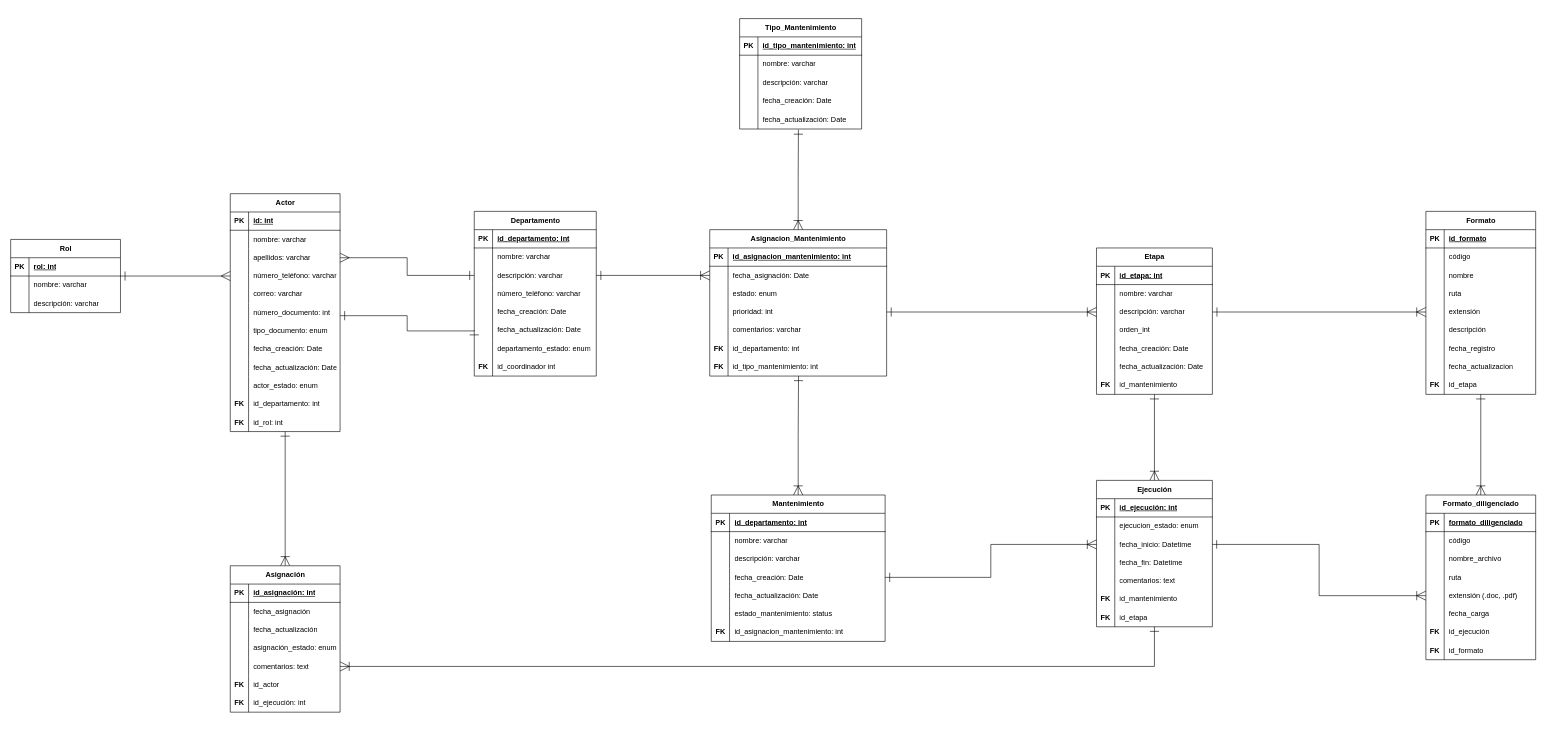
Before: Relational model.drawio in DevKike/maintenance_management_system, a draw.io diagram. Source tidied: cells renumbered, new cells numbered last; positions are measured from the earlier drawing's top-left corner, leaving out a move shared by most shapes. Both pictures are drawn from the tidied source at 61%, with x=0, y=0 at pixel (10, 18).
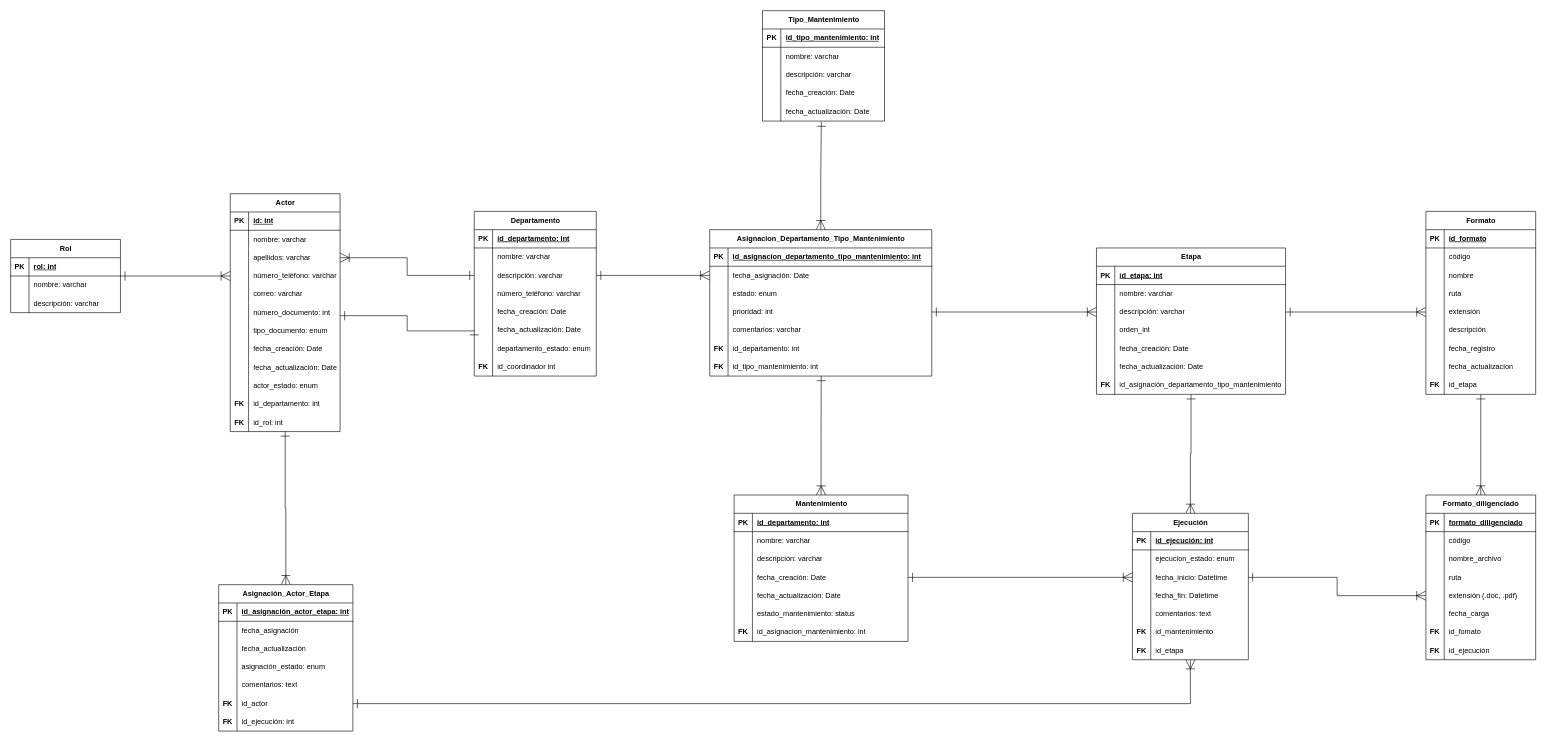
After the change.

The change refers to these unchanged cells:
```xml
<mxCell id="71" style="shape=tableRow;horizontal=0;startSize=0;swimlaneHead=0;swimlaneBody=0;fillColor=none;points=[[0,0.5],[1,0.5]];portConstraint=eastwest;top=0;left=0;right=0;bottom=0;" parent="64" vertex="1">
  <mxGeometry y="90" width="200" height="30" as="geometry" />
</mxCell>
<mxCell id="97" style="shape=tableRow;horizontal=0;startSize=0;swimlaneHead=0;swimlaneBody=0;fillColor=none;points=[[0,0.5],[1,0.5]];portConstraint=eastwest;top=0;left=0;right=0;bottom=0;" parent="90" vertex="1">
  <mxGeometry y="90" width="180" height="30" as="geometry" />
</mxCell>
<mxCell id="100" style="shape=tableRow;horizontal=0;startSize=0;swimlaneHead=0;swimlaneBody=0;fillColor=none;points=[[0,0.5],[1,0.5]];portConstraint=eastwest;top=0;left=0;right=0;bottom=0;" parent="90" vertex="1">
  <mxGeometry y="120" width="180" height="30" as="geometry" />
</mxCell>
<mxCell id="187" style="shape=tableRow;horizontal=0;startSize=0;swimlaneHead=0;swimlaneBody=0;fillColor=none;points=[[0,0.5],[1,0.5]];portConstraint=eastwest;top=0;left=0;right=0;bottom=0;" parent="183" vertex="1">
  <mxGeometry y="60" width="180" height="30" as="geometry" />
</mxCell>
<mxCell id="214" style="shape=tableRow;horizontal=0;startSize=0;swimlaneHead=0;swimlaneBody=0;fillColor=none;top=0;left=0;right=0;bottom=0;" parent="195" vertex="1">
  <mxGeometry y="210" width="180" height="30" as="geometry" />
</mxCell>
<mxCell id="217" style="shape=tableRow;horizontal=0;startSize=0;swimlaneHead=0;swimlaneBody=0;fillColor=none;top=0;left=0;right=0;bottom=0;" parent="195" vertex="1">
  <mxGeometry y="240" width="180" height="30" as="geometry" />
</mxCell>
```

What changed in the source:
```diff
@@
     <mxCell id="3" value="Tipo_Mantenimiento" style="shape=table;startSize=30;childLayout=tableLayout;rowLines=0;fontStyle=1;align=center;html=1;" parent="1" vertex="1">
-      <mxGeometry x="1195" width="200" height="181" as="geometry" />
+      <mxGeometry x="1232.5" y="-13" width="200" height="181" as="geometry" />
     </mxCell>
@@
     <mxCell id="19" value="Mantenimiento" style="shape=table;startSize=30;childLayout=tableLayout;rowLines=0;fontStyle=1;align=center;html=1;" parent="1" vertex="1">
-      <mxGeometry x="1148.5" y="781" width="285" height="240" as="geometry" />
+      <mxGeometry x="1186" y="781" width="285" height="240" as="geometry" />
     </mxCell>
@@
     <mxCell id="42" value="Etapa" style="shape=table;startSize=30;childLayout=tableLayout;rowLines=0;fontStyle=1;align=center;html=1;" parent="1" vertex="1">
-      <mxGeometry x="1780" y="376" width="190" height="240" as="geometry" />
+      <mxGeometry x="1780" y="376" width="310" height="240" as="geometry" />
     </mxCell>
     <mxCell id="43" style="shape=tableRow;horizontal=0;startSize=0;swimlaneHead=0;swimlaneBody=0;fillColor=none;top=0;left=0;right=0;bottom=1;" parent="42" vertex="1">
-      <mxGeometry y="30" width="190" height="30" as="geometry" />
+      <mxGeometry y="30" width="310" height="30" as="geometry" />
     </mxCell>
@@
     <mxCell id="45" value="id_etapa: int" style="shape=partialRectangle;fillColor=none;top=0;left=0;bottom=0;right=0;align=left;spacingLeft=6;fontStyle=5;overflow=hidden;whiteSpace=wrap;html=1;" parent="43" vertex="1">
-      <mxGeometry x="30" width="160" height="30" as="geometry" />
+      <mxGeometry x="30" width="280" height="30" as="geometry" />
     </mxCell>
     <mxCell id="46" style="shape=tableRow;horizontal=0;startSize=0;swimlaneHead=0;swimlaneBody=0;fillColor=none;top=0;left=0;right=0;bottom=0;" parent="42" vertex="1">
-      <mxGeometry y="60" width="190" height="30" as="geometry" />
+      <mxGeometry y="60" width="310" height="30" as="geometry" />
     </mxCell>
@@
     <mxCell id="48" value="nombre: varchar" style="shape=partialRectangle;fillColor=none;top=0;left=0;bottom=0;right=0;align=left;spacingLeft=6;overflow=hidden;whiteSpace=wrap;html=1;" parent="46" vertex="1">
-      <mxGeometry x="30" width="160" height="30" as="geometry" />
+      <mxGeometry x="30" width="280" height="30" as="geometry" />
     </mxCell>
     <mxCell id="49" style="shape=tableRow;horizontal=0;startSize=0;swimlaneHead=0;swimlaneBody=0;fillColor=none;points=[[0,0.5],[1,0.5]];portConstraint=eastwest;top=0;left=0;right=0;bottom=0;" parent="42" vertex="1">
-      <mxGeometry y="90" width="190" height="30" as="geometry" />
+      <mxGeometry y="90" width="310" height="30" as="geometry" />
     </mxCell>
@@
     <mxCell id="51" value="descripción: varchar" style="shape=partialRectangle;fillColor=none;top=0;left=0;bottom=0;right=0;align=left;spacingLeft=6;overflow=hidden;whiteSpace=wrap;html=1;" parent="49" vertex="1">
-      <mxGeometry x="30" width="160" height="30" as="geometry" />
+      <mxGeometry x="30" width="280" height="30" as="geometry" />
     </mxCell>
     <mxCell id="52" style="shape=tableRow;horizontal=0;startSize=0;swimlaneHead=0;swimlaneBody=0;fillColor=none;top=0;left=0;right=0;bottom=0;" parent="42" vertex="1">
-      <mxGeometry y="120" width="190" height="30" as="geometry" />
+      <mxGeometry y="120" width="310" height="30" as="geometry" />
     </mxCell>
@@
     <mxCell id="54" value="orden_int" style="shape=partialRectangle;fillColor=none;top=0;left=0;bottom=0;right=0;align=left;spacingLeft=6;overflow=hidden;whiteSpace=wrap;html=1;" parent="52" vertex="1">
-      <mxGeometry x="30" width="160" height="30" as="geometry" />
+      <mxGeometry x="30" width="280" height="30" as="geometry" />
     </mxCell>
     <mxCell id="55" style="shape=tableRow;horizontal=0;startSize=0;swimlaneHead=0;swimlaneBody=0;fillColor=none;top=0;left=0;right=0;bottom=0;" parent="42" vertex="1">
-      <mxGeometry y="150" width="190" height="30" as="geometry" />
+      <mxGeometry y="150" width="310" height="30" as="geometry" />
     </mxCell>
@@
     <mxCell id="57" value="fecha_creación: Date" style="shape=partialRectangle;fillColor=none;top=0;left=0;bottom=0;right=0;align=left;spacingLeft=6;overflow=hidden;whiteSpace=wrap;html=1;" parent="55" vertex="1">
-      <mxGeometry x="30" width="160" height="30" as="geometry" />
+      <mxGeometry x="30" width="280" height="30" as="geometry" />
     </mxCell>
     <mxCell id="58" style="shape=tableRow;horizontal=0;startSize=0;swimlaneHead=0;swimlaneBody=0;fillColor=none;top=0;left=0;right=0;bottom=0;" parent="42" vertex="1">
-      <mxGeometry y="180" width="190" height="30" as="geometry" />
+      <mxGeometry y="180" width="310" height="30" as="geometry" />
     </mxCell>
@@
     <mxCell id="60" value="fecha_actualización: Date" style="shape=partialRectangle;fillColor=none;top=0;left=0;bottom=0;right=0;align=left;spacingLeft=6;overflow=hidden;whiteSpace=wrap;html=1;" parent="58" vertex="1">
-      <mxGeometry x="30" width="160" height="30" as="geometry" />
+      <mxGeometry x="30" width="280" height="30" as="geometry" />
     </mxCell>
     <mxCell id="61" style="shape=tableRow;horizontal=0;startSize=0;swimlaneHead=0;swimlaneBody=0;fillColor=none;top=0;left=0;right=0;bottom=0;" parent="42" vertex="1">
-      <mxGeometry y="210" width="190" height="30" as="geometry" />
+      <mxGeometry y="210" width="310" height="30" as="geometry" />
     </mxCell>
@@
-    <mxCell id="63" value="id_mantenimiento" style="shape=partialRectangle;fillColor=none;top=0;left=0;bottom=0;right=0;align=left;spacingLeft=6;overflow=hidden;whiteSpace=wrap;html=1;" parent="61" vertex="1">
-      <mxGeometry x="30" width="160" height="30" as="geometry" />
+    <mxCell id="63" value="id_asignación_departamento_tipo_mantenimiento" style="shape=partialRectangle;fillColor=none;top=0;left=0;bottom=0;right=0;align=left;spacingLeft=6;overflow=hidden;whiteSpace=wrap;html=1;" parent="61" vertex="1">
+      <mxGeometry x="30" width="280" height="30" as="geometry" />
     </mxCell>
@@
-    <mxCell id="156" value="Asignación" style="shape=table;startSize=30;childLayout=tableLayout;rowLines=0;fontStyle=1;align=center;html=1;" parent="1" vertex="1">
-      <mxGeometry x="360" y="897" width="180" height="240" as="geometry" />
+    <mxCell id="156" value="Asignación_Actor_Etapa" style="shape=table;startSize=30;childLayout=tableLayout;rowLines=0;fontStyle=1;align=center;html=1;" parent="1" vertex="1">
+      <mxGeometry x="341" y="928" width="220" height="240" as="geometry" />
     </mxCell>
     <mxCell id="157" style="shape=tableRow;horizontal=0;startSize=0;swimlaneHead=0;swimlaneBody=0;fillColor=none;top=0;left=0;right=0;bottom=1;" parent="156" vertex="1">
-      <mxGeometry y="30" width="180" height="30" as="geometry" />
+      <mxGeometry y="30" width="220" height="30" as="geometry" />
     </mxCell>
@@
-    <mxCell id="159" value="id_asignación: int" style="shape=partialRectangle;fillColor=none;top=0;left=0;bottom=0;right=0;align=left;spacingLeft=6;fontStyle=5;overflow=hidden;whiteSpace=wrap;html=1;" parent="157" vertex="1">
-      <mxGeometry x="30" width="150" height="30" as="geometry" />
+    <mxCell id="159" value="id_asignación_actor_etapa: int" style="shape=partialRectangle;fillColor=none;top=0;left=0;bottom=0;right=0;align=left;spacingLeft=6;fontStyle=5;overflow=hidden;whiteSpace=wrap;html=1;" parent="157" vertex="1">
+      <mxGeometry x="30" width="190" height="30" as="geometry" />
     </mxCell>
     <mxCell id="160" style="shape=tableRow;horizontal=0;startSize=0;swimlaneHead=0;swimlaneBody=0;fillColor=none;top=0;left=0;right=0;bottom=0;" parent="156" vertex="1">
-      <mxGeometry y="60" width="180" height="30" as="geometry" />
+      <mxGeometry y="60" width="220" height="30" as="geometry" />
     </mxCell>
@@
     <mxCell id="162" value="fecha_asignación" style="shape=partialRectangle;fillColor=none;top=0;left=0;bottom=0;right=0;align=left;spacingLeft=6;overflow=hidden;whiteSpace=wrap;html=1;" parent="160" vertex="1">
-      <mxGeometry x="30" width="150" height="30" as="geometry" />
+      <mxGeometry x="30" width="190" height="30" as="geometry" />
     </mxCell>
     <mxCell id="163" style="shape=tableRow;horizontal=0;startSize=0;swimlaneHead=0;swimlaneBody=0;fillColor=none;top=0;left=0;right=0;bottom=0;" parent="156" vertex="1">
-      <mxGeometry y="90" width="180" height="30" as="geometry" />
+      <mxGeometry y="90" width="220" height="30" as="geometry" />
     </mxCell>
@@
     <mxCell id="165" value="fecha_actualización" style="shape=partialRectangle;fillColor=none;top=0;left=0;bottom=0;right=0;align=left;spacingLeft=6;overflow=hidden;whiteSpace=wrap;html=1;" parent="163" vertex="1">
-      <mxGeometry x="30" width="150" height="30" as="geometry" />
+      <mxGeometry x="30" width="190" height="30" as="geometry" />
     </mxCell>
     <mxCell id="166" style="shape=tableRow;horizontal=0;startSize=0;swimlaneHead=0;swimlaneBody=0;fillColor=none;top=0;left=0;right=0;bottom=0;" parent="156" vertex="1">
-      <mxGeometry y="120" width="180" height="30" as="geometry" />
+      <mxGeometry y="120" width="220" height="30" as="geometry" />
     </mxCell>
@@
     <mxCell id="168" value="asignación_estado: enum" style="shape=partialRectangle;fillColor=none;top=0;left=0;bottom=0;right=0;align=left;spacingLeft=6;overflow=hidden;whiteSpace=wrap;html=1;" parent="166" vertex="1">
-      <mxGeometry x="30" width="150" height="30" as="geometry" />
+      <mxGeometry x="30" width="190" height="30" as="geometry" />
     </mxCell>
     <mxCell id="169" style="shape=tableRow;horizontal=0;startSize=0;swimlaneHead=0;swimlaneBody=0;fillColor=none;points=[[0,0.5],[1,0.5]];portConstraint=eastwest;top=0;left=0;right=0;bottom=0;" parent="156" vertex="1">
-      <mxGeometry y="150" width="180" height="30" as="geometry" />
+      <mxGeometry y="150" width="220" height="30" as="geometry" />
     </mxCell>
@@
     <mxCell id="171" value="comentarios: text" style="shape=partialRectangle;fillColor=none;top=0;left=0;bottom=0;right=0;align=left;spacingLeft=6;overflow=hidden;whiteSpace=wrap;html=1;" parent="169" vertex="1">
-      <mxGeometry x="30" width="150" height="30" as="geometry" />
+      <mxGeometry x="30" width="190" height="30" as="geometry" />
     </mxCell>
     <mxCell id="172" style="shape=tableRow;horizontal=0;startSize=0;swimlaneHead=0;swimlaneBody=0;fillColor=none;points=[[0,0.5],[1,0.5]];portConstraint=eastwest;top=0;left=0;right=0;bottom=0;" parent="156" vertex="1">
-      <mxGeometry y="180" width="180" height="30" as="geometry" />
+      <mxGeometry y="180" width="220" height="30" as="geometry" />
     </mxCell>
@@
     <mxCell id="174" value="id_actor" style="shape=partialRectangle;fillColor=none;top=0;left=0;bottom=0;right=0;align=left;spacingLeft=6;overflow=hidden;whiteSpace=wrap;html=1;" parent="172" vertex="1">
-      <mxGeometry x="30" width="150" height="30" as="geometry" />
+      <mxGeometry x="30" width="190" height="30" as="geometry" />
     </mxCell>
     <mxCell id="175" style="shape=tableRow;horizontal=0;startSize=0;swimlaneHead=0;swimlaneBody=0;fillColor=none;top=0;left=0;right=0;bottom=0;" parent="156" vertex="1">
-      <mxGeometry y="210" width="180" height="30" as="geometry" />
+      <mxGeometry y="210" width="220" height="30" as="geometry" />
     </mxCell>
@@
     <mxCell id="177" value="id_ejecución: int" style="shape=partialRectangle;fillColor=none;top=0;left=0;bottom=0;right=0;align=left;spacingLeft=6;overflow=hidden;whiteSpace=wrap;html=1;" parent="175" vertex="1">
-      <mxGeometry x="30" width="150" height="30" as="geometry" />
+      <mxGeometry x="30" width="190" height="30" as="geometry" />
     </mxCell>
-    <mxCell id="178" style="edgeStyle=orthogonalEdgeStyle;rounded=0;jettySize=auto;html=1;entryX=1;entryY=0.5;entryDx=0;entryDy=0;startArrow=ERone;startFill=0;endArrow=ERmany;endFill=0;endSize=13;startSize=13;" parent="1" edge="1" source="71" target="97">
+    <mxCell id="178" style="edgeStyle=orthogonalEdgeStyle;rounded=0;jettySize=auto;html=1;entryX=1;entryY=0.5;entryDx=0;entryDy=0;startArrow=ERone;startFill=0;endArrow=ERoneToMany;endFill=0;endSize=13;startSize=13;" parent="1" edge="1" source="71" target="97">
       <mxGeometry relative="1" as="geometry" />
     </mxCell>
-    <mxCell id="179" style="shape=connector;rounded=0;jettySize=auto;html=1;strokeColor=default;align=center;verticalAlign=middle;fontFamily=Helvetica;fontSize=11;fontColor=default;labelBackgroundColor=default;startArrow=ERoneToMany;startFill=0;startSize=13;endArrow=ERone;endFill=0;endSize=13;exitX=1;exitY=0.5;exitDx=0;exitDy=0;entryX=0.5;entryY=1;entryDx=0;entryDy=0;edgeStyle=orthogonalEdgeStyle;" parent="1" edge="1" source="169" target="243">
-      <mxGeometry relative="1" as="geometry" />
-    </mxCell>
@@
-    <mxCell id="193" style="edgeStyle=orthogonalEdgeStyle;rounded=0;jettySize=auto;html=1;entryX=0;entryY=0.5;entryDx=0;entryDy=0;startArrow=ERone;startFill=0;endArrow=ERmany;endFill=0;endSize=13;startSize=13;" parent="1" edge="1" source="187" target="100">
+    <mxCell id="193" style="edgeStyle=orthogonalEdgeStyle;rounded=0;jettySize=auto;html=1;entryX=0;entryY=0.5;entryDx=0;entryDy=0;startArrow=ERone;startFill=0;endArrow=ERoneToMany;endFill=0;endSize=13;startSize=13;" parent="1" edge="1" source="187" target="100">
       <mxGeometry relative="1" as="geometry">
         <Array as="points">
           <mxPoint x="230" y="422" />
           <mxPoint x="230" y="422" />
         </Array>
       </mxGeometry>
     </mxCell>
@@
-    <mxCell id="216" value="id_ejecución" style="shape=partialRectangle;fillColor=none;top=0;left=0;bottom=0;right=0;align=left;spacingLeft=6;overflow=hidden;whiteSpace=wrap;html=1;" parent="214" vertex="1">
+    <mxCell id="216" value="id_fomato" style="shape=partialRectangle;fillColor=none;top=0;left=0;bottom=0;right=0;align=left;spacingLeft=6;overflow=hidden;whiteSpace=wrap;html=1;" parent="214" vertex="1">
       <mxGeometry x="30" width="150" height="30" as="geometry" />
     </mxCell>
@@
-    <mxCell id="219" value="id_formato" style="shape=partialRectangle;fillColor=none;top=0;left=0;bottom=0;right=0;align=left;spacingLeft=6;overflow=hidden;whiteSpace=wrap;html=1;" parent="217" vertex="1">
+    <mxCell id="219" value="id_ejecución" style="shape=partialRectangle;fillColor=none;top=0;left=0;bottom=0;right=0;align=left;spacingLeft=6;overflow=hidden;whiteSpace=wrap;html=1;" parent="217" vertex="1">
       <mxGeometry x="30" width="150" height="30" as="geometry" />
     </mxCell>
@@
-    <mxCell id="221" value="Asignacion_Mantenimiento" style="shape=table;startSize=30;childLayout=tableLayout;rowLines=0;fontStyle=1;align=center;html=1;" parent="1" vertex="1">
-      <mxGeometry x="1146" y="346" width="290" height="240" as="geometry" />
+    <mxCell id="221" value="Asignacion_Departamento_Tipo_Mantenimiento" style="shape=table;startSize=30;childLayout=tableLayout;rowLines=0;fontStyle=1;align=center;html=1;" parent="1" vertex="1">
+      <mxGeometry x="1146" y="346" width="364" height="240" as="geometry" />
     </mxCell>
     <mxCell id="222" style="shape=tableRow;horizontal=0;startSize=0;swimlaneHead=0;swimlaneBody=0;fillColor=none;top=0;left=0;right=0;bottom=1;" parent="221" vertex="1">
-      <mxGeometry y="30" width="290" height="30" as="geometry" />
+      <mxGeometry y="30" width="364" height="30" as="geometry" />
     </mxCell>
@@
-    <mxCell id="224" value="id_asignacion_mantenimiento: int" style="shape=partialRectangle;fillColor=none;top=0;left=0;bottom=0;right=0;align=left;spacingLeft=6;fontStyle=5;overflow=hidden;whiteSpace=wrap;html=1;" parent="222" vertex="1">
-      <mxGeometry x="30" width="260" height="30" as="geometry" />
+    <mxCell id="224" value="id_asignacion_departamento_tipo_mantenimiento: int" style="shape=partialRectangle;fillColor=none;top=0;left=0;bottom=0;right=0;align=left;spacingLeft=6;fontStyle=5;overflow=hidden;whiteSpace=wrap;html=1;" parent="222" vertex="1">
+      <mxGeometry x="30" width="334" height="30" as="geometry" />
     </mxCell>
     <mxCell id="225" style="shape=tableRow;horizontal=0;startSize=0;swimlaneHead=0;swimlaneBody=0;fillColor=none;points=[[0,0.5],[1,0.5]];portConstraint=eastwest;top=0;left=0;right=0;bottom=0;" parent="221" vertex="1">
-      <mxGeometry y="60" width="290" height="30" as="geometry" />
+      <mxGeometry y="60" width="364" height="30" as="geometry" />
     </mxCell>
@@
     <mxCell id="227" value="fecha_asignación: Date" style="shape=partialRectangle;fillColor=none;top=0;left=0;bottom=0;right=0;align=left;spacingLeft=6;overflow=hidden;whiteSpace=wrap;html=1;" parent="225" vertex="1">
-      <mxGeometry x="30" width="260" height="30" as="geometry" />
+      <mxGeometry x="30" width="334" height="30" as="geometry" />
     </mxCell>
     <mxCell id="228" style="shape=tableRow;horizontal=0;startSize=0;swimlaneHead=0;swimlaneBody=0;fillColor=none;top=0;left=0;right=0;bottom=0;" parent="221" vertex="1">
-      <mxGeometry y="90" width="290" height="30" as="geometry" />
+      <mxGeometry y="90" width="364" height="30" as="geometry" />
     </mxCell>
@@
     <mxCell id="230" value="estado: enum" style="shape=partialRectangle;fillColor=none;top=0;left=0;bottom=0;right=0;align=left;spacingLeft=6;overflow=hidden;whiteSpace=wrap;html=1;" parent="228" vertex="1">
-      <mxGeometry x="30" width="260" height="30" as="geometry" />
+      <mxGeometry x="30" width="334" height="30" as="geometry" />
     </mxCell>
     <mxCell id="231" style="shape=tableRow;horizontal=0;startSize=0;swimlaneHead=0;swimlaneBody=0;fillColor=none;points=[[0,0.5],[1,0.5]];portConstraint=eastwest;top=0;left=0;right=0;bottom=0;" parent="221" vertex="1">
-      <mxGeometry y="120" width="290" height="30" as="geometry" />
+      <mxGeometry y="120" width="364" height="30" as="geometry" />
     </mxCell>
@@
     <mxCell id="233" value="prioridad: int" style="shape=partialRectangle;fillColor=none;top=0;left=0;bottom=0;right=0;align=left;spacingLeft=6;overflow=hidden;whiteSpace=wrap;html=1;" parent="231" vertex="1">
-      <mxGeometry x="30" width="260" height="30" as="geometry" />
+      <mxGeometry x="30" width="334" height="30" as="geometry" />
     </mxCell>
     <mxCell id="234" style="shape=tableRow;horizontal=0;startSize=0;swimlaneHead=0;swimlaneBody=0;fillColor=none;top=0;left=0;right=0;bottom=0;" parent="221" vertex="1">
-      <mxGeometry y="150" width="290" height="30" as="geometry" />
+      <mxGeometry y="150" width="364" height="30" as="geometry" />
     </mxCell>
@@
     <mxCell id="236" value="comentarios: varchar" style="shape=partialRectangle;fillColor=none;top=0;left=0;bottom=0;right=0;align=left;spacingLeft=6;overflow=hidden;whiteSpace=wrap;html=1;" parent="234" vertex="1">
-      <mxGeometry x="30" width="260" height="30" as="geometry" />
+      <mxGeometry x="30" width="334" height="30" as="geometry" />
     </mxCell>
     <mxCell id="237" style="shape=tableRow;horizontal=0;startSize=0;swimlaneHead=0;swimlaneBody=0;fillColor=none;top=0;left=0;right=0;bottom=0;" parent="221" vertex="1">
-      <mxGeometry y="180" width="290" height="30" as="geometry" />
+      <mxGeometry y="180" width="364" height="30" as="geometry" />
     </mxCell>
@@
     <mxCell id="239" value="id_departamento: int" style="shape=partialRectangle;fillColor=none;top=0;left=0;bottom=0;right=0;align=left;spacingLeft=6;overflow=hidden;whiteSpace=wrap;html=1;" parent="237" vertex="1">
-      <mxGeometry x="30" width="260" height="30" as="geometry" />
+      <mxGeometry x="30" width="334" height="30" as="geometry" />
     </mxCell>
     <mxCell id="240" style="shape=tableRow;horizontal=0;startSize=0;swimlaneHead=0;swimlaneBody=0;fillColor=none;points=[[0,0.5],[1,0.5]];portConstraint=eastwest;top=0;left=0;right=0;bottom=0;" parent="221" vertex="1">
-      <mxGeometry y="210" width="290" height="30" as="geometry" />
+      <mxGeometry y="210" width="364" height="30" as="geometry" />
     </mxCell>
@@
     <mxCell id="242" value="id_tipo_mantenimiento: int" style="shape=partialRectangle;fillColor=none;top=0;left=0;bottom=0;right=0;align=left;spacingLeft=6;overflow=hidden;whiteSpace=wrap;html=1;" parent="240" vertex="1">
-      <mxGeometry x="30" width="260" height="30" as="geometry" />
+      <mxGeometry x="30" width="334" height="30" as="geometry" />
     </mxCell>
     <mxCell id="243" value="Ejecución" style="shape=table;startSize=30;childLayout=tableLayout;rowLines=0;fontStyle=1;align=center;html=1;" parent="1" vertex="1">
-      <mxGeometry x="1780" y="757" width="190" height="240" as="geometry" />
+      <mxGeometry x="1839" y="811" width="190" height="240" as="geometry" />
     </mxCell>
@@
+    <mxCell id="267" style="edgeStyle=orthogonalEdgeStyle;rounded=0;jettySize=auto;html=1;entryX=0.5;entryY=1;entryDx=0;entryDy=0;exitX=1;exitY=0.5;exitDx=0;exitDy=0;startArrow=ERone;startFill=0;endArrow=ERoneToMany;endFill=0;endSize=13;startSize=13;" parent="1" edge="1" source="172" target="243">
+      <mxGeometry relative="1" as="geometry" />
+    </mxCell>
```
